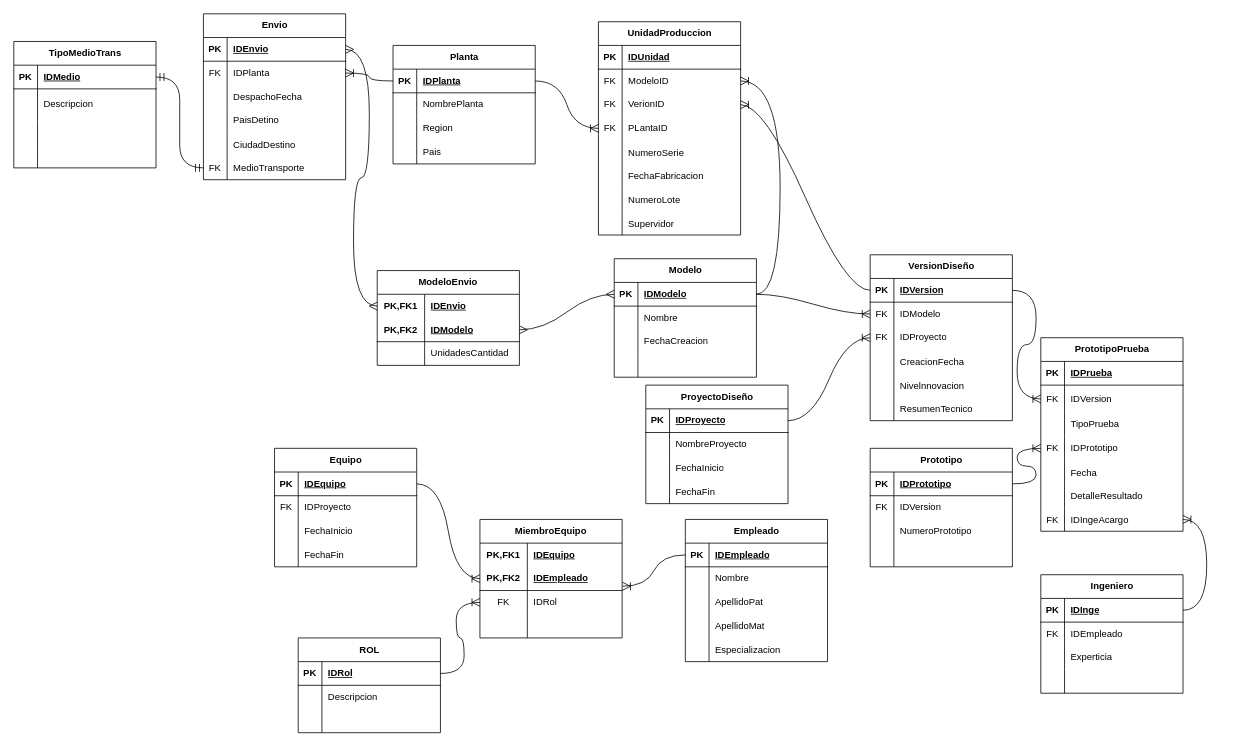
Earlier version of the draw.io diagram xdxdxdxdxdxx.drawio (Code0008/SQL_SERVER_REPO). Source tidied: cells renumbered, new cells numbered last; positions are measured from the earlier drawing's top-left corner, leaving out a move shared by most shapes. Both pictures are drawn from the tidied source at 79%, with x=0, y=0 at pixel (13, 13).
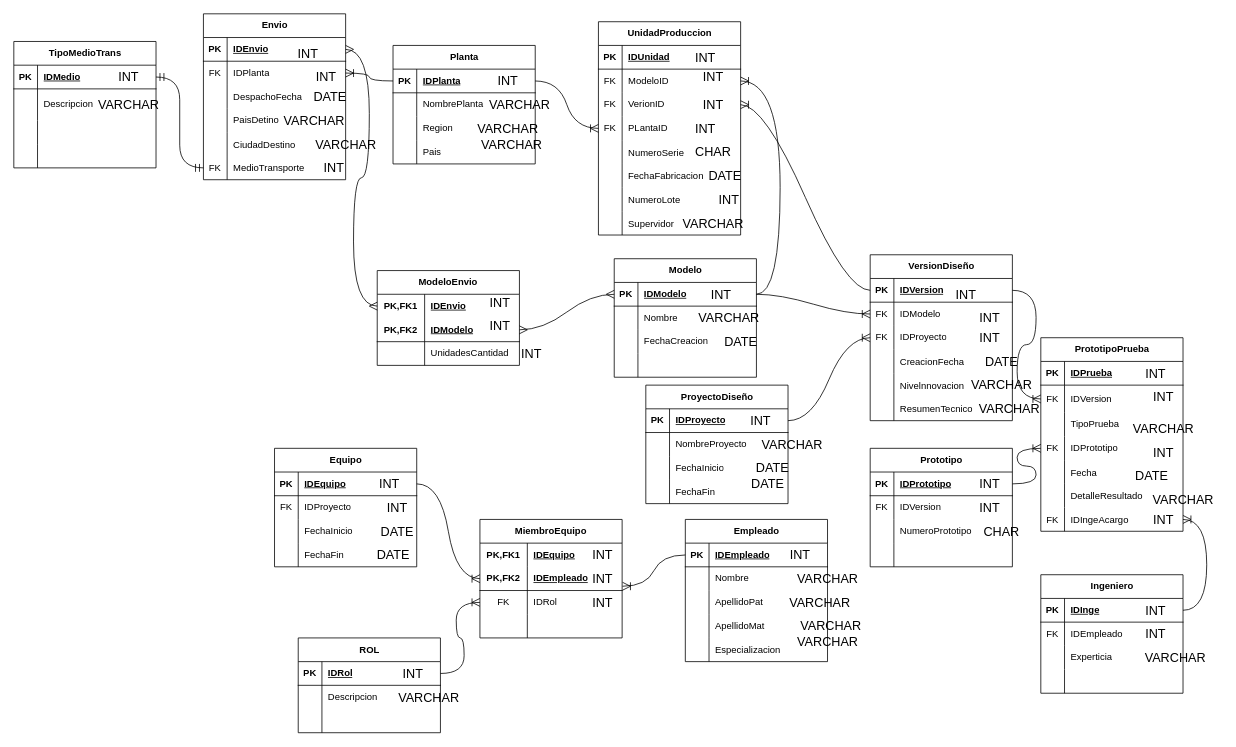
The same diagram, later.

Diff of the diagram source:
```diff
@@
+    <mxCell id="242" value="INT" style="text;html=1;align=center;verticalAlign=middle;strokeColor=none;fillColor=none;fontSize=16;" parent="1" vertex="1">
+      <mxGeometry x="120" y="65" width="50" height="30" as="geometry" />
+    </mxCell>
+    <mxCell id="243" value="INT" style="text;html=1;align=center;verticalAlign=middle;strokeColor=none;fillColor=none;fontSize=16;" parent="1" vertex="1">
+      <mxGeometry x="347" y="35" width="50" height="30" as="geometry" />
+    </mxCell>
+    <mxCell id="244" value="INT" style="text;html=1;align=center;verticalAlign=middle;strokeColor=none;fillColor=none;fontSize=16;" parent="1" vertex="1">
+      <mxGeometry x="370" y="65" width="50" height="30" as="geometry" />
+    </mxCell>
+    <mxCell id="245" value="INT" style="text;html=1;align=center;verticalAlign=middle;strokeColor=none;fillColor=none;fontSize=16;" parent="1" vertex="1">
+      <mxGeometry x="380" y="180" width="50" height="30" as="geometry" />
+    </mxCell>
+    <mxCell id="246" value="INT" style="text;html=1;align=center;verticalAlign=middle;strokeColor=none;fillColor=none;fontSize=16;" parent="1" vertex="1">
+      <mxGeometry x="600" y="70" width="50" height="30" as="geometry" />
+    </mxCell>
+    <mxCell id="247" value="INT" style="text;html=1;align=center;verticalAlign=middle;strokeColor=none;fillColor=none;fontSize=16;" parent="1" vertex="1">
+      <mxGeometry x="850" y="130" width="50" height="30" as="geometry" />
+    </mxCell>
+    <mxCell id="248" value="INT" style="text;html=1;align=center;verticalAlign=middle;strokeColor=none;fillColor=none;fontSize=16;" parent="1" vertex="1">
+      <mxGeometry x="860" y="100" width="50" height="30" as="geometry" />
+    </mxCell>
+    <mxCell id="249" value="INT" style="text;html=1;align=center;verticalAlign=middle;strokeColor=none;fillColor=none;fontSize=16;" parent="1" vertex="1">
+      <mxGeometry x="860" y="65" width="50" height="30" as="geometry" />
+    </mxCell>
+    <mxCell id="250" value="INT" style="text;html=1;align=center;verticalAlign=middle;strokeColor=none;fillColor=none;fontSize=16;" parent="1" vertex="1">
+      <mxGeometry x="850" y="40" width="50" height="30" as="geometry" />
+    </mxCell>
+    <mxCell id="251" value="INT" style="text;html=1;align=center;verticalAlign=middle;strokeColor=none;fillColor=none;fontSize=16;" parent="1" vertex="1">
+      <mxGeometry x="590" y="350" width="50" height="30" as="geometry" />
+    </mxCell>
+    <mxCell id="252" value="INT" style="text;html=1;align=center;verticalAlign=middle;strokeColor=none;fillColor=none;fontSize=16;" parent="1" vertex="1">
+      <mxGeometry x="590" y="380" width="50" height="30" as="geometry" />
+    </mxCell>
+    <mxCell id="253" value="INT" style="text;html=1;align=center;verticalAlign=middle;strokeColor=none;fillColor=none;fontSize=16;" parent="1" vertex="1">
+      <mxGeometry x="630" y="415" width="50" height="30" as="geometry" />
+    </mxCell>
+    <mxCell id="254" value="INT" style="text;html=1;align=center;verticalAlign=middle;strokeColor=none;fillColor=none;fontSize=16;" parent="1" vertex="1">
+      <mxGeometry x="870" y="340" width="50" height="30" as="geometry" />
+    </mxCell>
+    <mxCell id="255" value="INT" style="text;html=1;align=center;verticalAlign=middle;strokeColor=none;fillColor=none;fontSize=16;" parent="1" vertex="1">
+      <mxGeometry x="1180" y="340" width="50" height="30" as="geometry" />
+    </mxCell>
+    <mxCell id="256" value="INT" style="text;html=1;align=center;verticalAlign=middle;strokeColor=none;fillColor=none;fontSize=16;" parent="1" vertex="1">
+      <mxGeometry x="1210" y="370" width="50" height="30" as="geometry" />
+    </mxCell>
+    <mxCell id="257" value="INT" style="text;html=1;align=center;verticalAlign=middle;strokeColor=none;fillColor=none;fontSize=16;" parent="1" vertex="1">
+      <mxGeometry x="1210" y="395" width="50" height="30" as="geometry" />
+    </mxCell>
+    <mxCell id="258" value="INT" style="text;html=1;align=center;verticalAlign=middle;strokeColor=none;fillColor=none;fontSize=16;" parent="1" vertex="1">
+      <mxGeometry x="1420" y="440" width="50" height="30" as="geometry" />
+    </mxCell>
+    <mxCell id="259" value="INT" style="text;html=1;align=center;verticalAlign=middle;strokeColor=none;fillColor=none;fontSize=16;" parent="1" vertex="1">
+      <mxGeometry x="1430" y="470" width="50" height="30" as="geometry" />
+    </mxCell>
+    <mxCell id="260" value="INT" style="text;html=1;align=center;verticalAlign=middle;strokeColor=none;fillColor=none;fontSize=16;" parent="1" vertex="1">
+      <mxGeometry x="1430" y="540" width="50" height="30" as="geometry" />
+    </mxCell>
+    <mxCell id="261" value="INT" style="text;html=1;align=center;verticalAlign=middle;strokeColor=none;fillColor=none;fontSize=16;" parent="1" vertex="1">
+      <mxGeometry x="1420" y="740" width="50" height="30" as="geometry" />
+    </mxCell>
+    <mxCell id="262" value="INT" style="text;html=1;align=center;verticalAlign=middle;strokeColor=none;fillColor=none;fontSize=16;" parent="1" vertex="1">
+      <mxGeometry x="1420" y="770" width="50" height="30" as="geometry" />
+    </mxCell>
+    <mxCell id="263" value="INT" style="text;html=1;align=center;verticalAlign=middle;strokeColor=none;fillColor=none;fontSize=16;" parent="1" vertex="1">
+      <mxGeometry x="1210" y="610" width="50" height="30" as="geometry" />
+    </mxCell>
+    <mxCell id="264" value="INT" style="text;html=1;align=center;verticalAlign=middle;strokeColor=none;fillColor=none;fontSize=16;" parent="1" vertex="1">
+      <mxGeometry x="1210" y="580" width="50" height="30" as="geometry" />
+    </mxCell>
+    <mxCell id="265" value="INT" style="text;html=1;align=center;verticalAlign=middle;strokeColor=none;fillColor=none;fontSize=16;" parent="1" vertex="1">
+      <mxGeometry x="970" y="670" width="50" height="30" as="geometry" />
+    </mxCell>
+    <mxCell id="266" value="INT" style="text;html=1;align=center;verticalAlign=middle;strokeColor=none;fillColor=none;fontSize=16;" parent="1" vertex="1">
+      <mxGeometry x="720" y="730" width="50" height="30" as="geometry" />
+    </mxCell>
+    <mxCell id="267" value="INT" style="text;html=1;align=center;verticalAlign=middle;strokeColor=none;fillColor=none;fontSize=16;" parent="1" vertex="1">
+      <mxGeometry x="720" y="700" width="50" height="30" as="geometry" />
+    </mxCell>
+    <mxCell id="268" value="INT" style="text;html=1;align=center;verticalAlign=middle;strokeColor=none;fillColor=none;fontSize=16;" parent="1" vertex="1">
+      <mxGeometry x="720" y="670" width="50" height="30" as="geometry" />
+    </mxCell>
+    <mxCell id="269" value="INT" style="text;html=1;align=center;verticalAlign=middle;strokeColor=none;fillColor=none;fontSize=16;" parent="1" vertex="1">
+      <mxGeometry x="450" y="580" width="50" height="30" as="geometry" />
+    </mxCell>
+    <mxCell id="270" value="INT" style="text;html=1;align=center;verticalAlign=middle;strokeColor=none;fillColor=none;fontSize=16;" parent="1" vertex="1">
+      <mxGeometry x="460" y="610" width="50" height="30" as="geometry" />
+    </mxCell>
+    <mxCell id="271" value="INT" style="text;html=1;align=center;verticalAlign=middle;strokeColor=none;fillColor=none;fontSize=16;" parent="1" vertex="1">
+      <mxGeometry x="480" y="820" width="50" height="30" as="geometry" />
+    </mxCell>
+    <mxCell id="272" value="INT" style="text;html=1;align=center;verticalAlign=middle;strokeColor=none;fillColor=none;fontSize=16;" parent="1" vertex="1">
+      <mxGeometry x="920" y="500" width="50" height="30" as="geometry" />
+    </mxCell>
+    <mxCell id="273" value="VARCHAR" style="text;html=1;align=center;verticalAlign=middle;strokeColor=none;fillColor=none;fontSize=16;" parent="1" vertex="1">
+      <mxGeometry x="95" y="100" width="100" height="30" as="geometry" />
+    </mxCell>
+    <mxCell id="274" value="VARCHAR" style="text;html=1;align=center;verticalAlign=middle;strokeColor=none;fillColor=none;fontSize=16;" parent="1" vertex="1">
+      <mxGeometry x="330" y="120" width="100" height="30" as="geometry" />
+    </mxCell>
+    <mxCell id="275" value="VARCHAR" style="text;html=1;align=center;verticalAlign=middle;strokeColor=none;fillColor=none;fontSize=16;" parent="1" vertex="1">
+      <mxGeometry x="575" y="130" width="100" height="30" as="geometry" />
+    </mxCell>
+    <mxCell id="276" value="VARCHAR" style="text;html=1;align=center;verticalAlign=middle;strokeColor=none;fillColor=none;fontSize=16;" parent="1" vertex="1">
+      <mxGeometry x="590" y="100" width="100" height="30" as="geometry" />
+    </mxCell>
+    <mxCell id="277" value="VARCHAR" style="text;html=1;align=center;verticalAlign=middle;strokeColor=none;fillColor=none;fontSize=16;" parent="1" vertex="1">
+      <mxGeometry x="580" y="150" width="100" height="30" as="geometry" />
+    </mxCell>
+    <mxCell id="278" value="VARCHAR" style="text;html=1;align=center;verticalAlign=middle;strokeColor=none;fillColor=none;fontSize=16;" parent="1" vertex="1">
+      <mxGeometry x="835" y="250" width="100" height="30" as="geometry" />
+    </mxCell>
+    <mxCell id="279" value="INT" style="text;html=1;align=center;verticalAlign=middle;strokeColor=none;fillColor=none;fontSize=16;" parent="1" vertex="1">
+      <mxGeometry x="880" y="220" width="50" height="30" as="geometry" />
+    </mxCell>
+    <mxCell id="280" value="CHAR" style="text;html=1;align=center;verticalAlign=middle;strokeColor=none;fillColor=none;fontSize=16;" parent="1" vertex="1">
+      <mxGeometry x="850" y="160" width="70" height="30" as="geometry" />
+    </mxCell>
+    <mxCell id="281" value="DATE" style="text;html=1;align=center;verticalAlign=middle;strokeColor=none;fillColor=none;fontSize=16;" parent="1" vertex="1">
+      <mxGeometry x="870" y="190" width="60" height="30" as="geometry" />
+    </mxCell>
+    <mxCell id="282" value="VARCHAR" style="text;html=1;align=center;verticalAlign=middle;strokeColor=none;fillColor=none;fontSize=16;" parent="1" vertex="1">
+      <mxGeometry x="855" y="370" width="100" height="30" as="geometry" />
+    </mxCell>
+    <mxCell id="283" value="DATE" style="text;html=1;align=center;verticalAlign=middle;strokeColor=none;fillColor=none;fontSize=16;" parent="1" vertex="1">
+      <mxGeometry x="890" y="400" width="60" height="30" as="geometry" />
+    </mxCell>
+    <mxCell id="284" value="DATE" style="text;html=1;align=center;verticalAlign=middle;strokeColor=none;fillColor=none;fontSize=16;" parent="1" vertex="1">
+      <mxGeometry x="1220" y="425" width="60" height="30" as="geometry" />
+    </mxCell>
+    <mxCell id="285" value="DATE" style="text;html=1;align=center;verticalAlign=middle;strokeColor=none;fillColor=none;fontSize=16;" parent="1" vertex="1">
+      <mxGeometry x="1410" y="570" width="60" height="30" as="geometry" />
+    </mxCell>
+    <mxCell id="286" value="VARCHAR" style="text;html=1;align=center;verticalAlign=middle;strokeColor=none;fillColor=none;fontSize=16;" parent="1" vertex="1">
+      <mxGeometry x="1200" y="455" width="100" height="30" as="geometry" />
+    </mxCell>
+    <mxCell id="287" value="VARCHAR" style="text;html=1;align=center;verticalAlign=middle;strokeColor=none;fillColor=none;fontSize=16;" parent="1" vertex="1">
+      <mxGeometry x="1210" y="485" width="100" height="30" as="geometry" />
+    </mxCell>
+    <mxCell id="288" value="VARCHAR" style="text;html=1;align=center;verticalAlign=middle;strokeColor=none;fillColor=none;fontSize=16;" parent="1" vertex="1">
+      <mxGeometry x="1405" y="510" width="100" height="30" as="geometry" />
+    </mxCell>
+    <mxCell id="289" value="VARCHAR" style="text;html=1;align=center;verticalAlign=middle;strokeColor=none;fillColor=none;fontSize=16;" parent="1" vertex="1">
+      <mxGeometry x="1430" y="600" width="100" height="30" as="geometry" />
+    </mxCell>
+    <mxCell id="290" value="INT" style="text;html=1;align=center;verticalAlign=middle;strokeColor=none;fillColor=none;fontSize=16;" parent="1" vertex="1">
+      <mxGeometry x="1430" y="625" width="50" height="30" as="geometry" />
+    </mxCell>
+    <mxCell id="291" value="VARCHAR" style="text;html=1;align=center;verticalAlign=middle;strokeColor=none;fillColor=none;fontSize=16;" parent="1" vertex="1">
+      <mxGeometry x="1420" y="800" width="100" height="30" as="geometry" />
+    </mxCell>
+    <mxCell id="292" value="CHAR" style="text;html=1;align=center;verticalAlign=middle;strokeColor=none;fillColor=none;fontSize=16;" parent="1" vertex="1">
+      <mxGeometry x="1215" y="640" width="70" height="30" as="geometry" />
+    </mxCell>
+    <mxCell id="293" value="VARCHAR" style="text;html=1;align=center;verticalAlign=middle;strokeColor=none;fillColor=none;fontSize=16;" parent="1" vertex="1">
+      <mxGeometry x="970" y="730" width="100" height="30" as="geometry" />
+    </mxCell>
+    <mxCell id="294" value="VARCHAR" style="text;html=1;align=center;verticalAlign=middle;strokeColor=none;fillColor=none;fontSize=16;" parent="1" vertex="1">
+      <mxGeometry x="980" y="700" width="100" height="30" as="geometry" />
+    </mxCell>
+    <mxCell id="295" value="VARCHAR" style="text;html=1;align=center;verticalAlign=middle;strokeColor=none;fillColor=none;fontSize=16;" parent="1" vertex="1">
+      <mxGeometry x="984" y="760" width="100" height="30" as="geometry" />
+    </mxCell>
+    <mxCell id="296" value="VARCHAR" style="text;html=1;align=center;verticalAlign=middle;strokeColor=none;fillColor=none;fontSize=16;" parent="1" vertex="1">
+      <mxGeometry x="980" y="780" width="100" height="30" as="geometry" />
+    </mxCell>
+    <mxCell id="297" value="VARCHAR" style="text;html=1;align=center;verticalAlign=middle;strokeColor=none;fillColor=none;fontSize=16;" parent="1" vertex="1">
+      <mxGeometry x="935" y="530" width="100" height="30" as="geometry" />
+    </mxCell>
+    <mxCell id="298" value="DATE" style="text;html=1;align=center;verticalAlign=middle;strokeColor=none;fillColor=none;fontSize=16;" parent="1" vertex="1">
+      <mxGeometry x="924" y="580" width="60" height="30" as="geometry" />
+    </mxCell>
+    <mxCell id="299" value="DATE" style="text;html=1;align=center;verticalAlign=middle;strokeColor=none;fillColor=none;fontSize=16;" parent="1" vertex="1">
+      <mxGeometry x="930" y="560" width="60" height="30" as="geometry" />
+    </mxCell>
+    <mxCell id="300" value="VARCHAR" style="text;html=1;align=center;verticalAlign=middle;strokeColor=none;fillColor=none;fontSize=16;" parent="1" vertex="1">
+      <mxGeometry x="475" y="850" width="100" height="30" as="geometry" />
+    </mxCell>
+    <mxCell id="301" value="DATE" style="text;html=1;align=center;verticalAlign=middle;strokeColor=none;fillColor=none;fontSize=16;" parent="1" vertex="1">
+      <mxGeometry x="455" y="640" width="60" height="30" as="geometry" />
+    </mxCell>
+    <mxCell id="302" value="DATE" style="text;html=1;align=center;verticalAlign=middle;strokeColor=none;fillColor=none;fontSize=16;" parent="1" vertex="1">
+      <mxGeometry x="450" y="670" width="60" height="30" as="geometry" />
+    </mxCell>
+    <mxCell id="303" value="VARCHAR" style="text;html=1;align=center;verticalAlign=middle;strokeColor=none;fillColor=none;fontSize=16;" parent="1" vertex="1">
+      <mxGeometry x="370" y="150" width="100" height="30" as="geometry" />
+    </mxCell>
+    <mxCell id="304" value="DATE" style="text;html=1;align=center;verticalAlign=middle;strokeColor=none;fillColor=none;fontSize=16;" parent="1" vertex="1">
+      <mxGeometry x="370" y="90" width="60" height="30" as="geometry" />
+    </mxCell>
```
